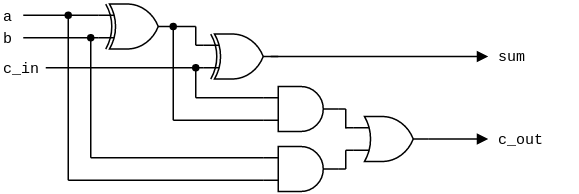
The draw.io diagram labs/04-adder/images/full-adder_structure1.png in tomas-fryza/vhdl-course, before a commit. Source tidied: cells renumbered, new cells last; positions are measured from the earlier drawing's top-left corner, leaving out a move shared by most shapes.
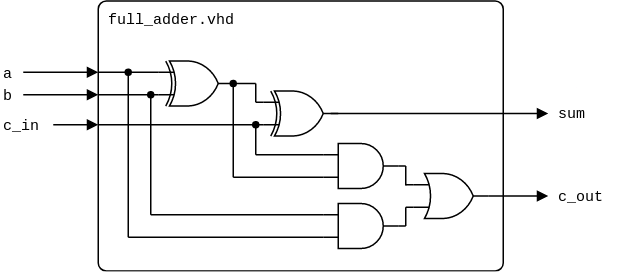
The same diagram one commit later.

The edit, as a diff of the source:
```diff
@@ -2,167 +2,188 @@
   <root>
     <mxCell id="0" />
     <mxCell id="1" parent="0" />
-    <mxCell id="2" style="verticalLabelPosition=bottom;shadow=0;dashed=0;align=center;html=1;verticalAlign=top;shape=mxgraph.electrical.logic_gates.logic_gate;operation=xor;" parent="1" vertex="1">
-      <mxGeometry x="65" y="2" width="50" height="30" as="geometry" />
+    <mxCell id="2" value="full_adder.vhd" style="rounded=1;arcSize=3;whiteSpace=wrap;html=1;align=left;verticalAlign=top;fontFamily=Courier New;absoluteArcSize=0;fillColor=none;fontSize=10;spacingLeft=5;imageHeight=24;" parent="1" vertex="1">
+      <mxGeometry x="25" y="-38" width="270" height="180" as="geometry" />
     </mxCell>
-    <mxCell id="3" style="verticalLabelPosition=bottom;shadow=0;dashed=0;align=center;html=1;verticalAlign=top;shape=mxgraph.electrical.logic_gates.logic_gate;operation=and;" parent="1" vertex="1">
-      <mxGeometry x="175" y="57" width="50" height="30" as="geometry" />
+    <mxCell id="3" style="verticalLabelPosition=bottom;shadow=0;dashed=0;align=center;html=1;verticalAlign=top;shape=mxgraph.electrical.logic_gates.logic_gate;operation=xor;" parent="1" vertex="1">
+      <mxGeometry x="65" y="2" width="50" height="30" as="geometry" />
     </mxCell>
-    <mxCell id="4" style="verticalLabelPosition=bottom;shadow=0;dashed=0;align=center;html=1;verticalAlign=top;shape=mxgraph.electrical.logic_gates.logic_gate;operation=or;" parent="1" vertex="1">
-      <mxGeometry x="235" y="77" width="50" height="30" as="geometry" />
+    <mxCell id="4" style="verticalLabelPosition=bottom;shadow=0;dashed=0;align=center;html=1;verticalAlign=top;shape=mxgraph.electrical.logic_gates.logic_gate;operation=and;" parent="1" vertex="1">
+      <mxGeometry x="175" y="57" width="50" height="30" as="geometry" />
     </mxCell>
-    <mxCell id="5" style="verticalLabelPosition=bottom;shadow=0;dashed=0;align=center;html=1;verticalAlign=top;shape=mxgraph.electrical.logic_gates.logic_gate;operation=xor;" parent="1" vertex="1">
-      <mxGeometry x="135" y="22" width="50" height="30" as="geometry" />
+    <mxCell id="5" style="verticalLabelPosition=bottom;shadow=0;dashed=0;align=center;html=1;verticalAlign=top;shape=mxgraph.electrical.logic_gates.logic_gate;operation=or;" parent="1" vertex="1">
+      <mxGeometry x="235" y="77" width="50" height="30" as="geometry" />
     </mxCell>
-    <mxCell id="6" style="endArrow=none;html=1;rounded=0;endFill=0;endSize=5;startSize=5;" parent="1" edge="1">
-      <mxGeometry relative="1" as="geometry">
-        <mxPoint x="15" y="9.5" as="sourcePoint" />
-        <mxPoint x="65" y="9.5" as="targetPoint" />
-      </mxGeometry>
+    <mxCell id="6" style="verticalLabelPosition=bottom;shadow=0;dashed=0;align=center;html=1;verticalAlign=top;shape=mxgraph.electrical.logic_gates.logic_gate;operation=xor;" parent="1" vertex="1">
+      <mxGeometry x="135" y="22" width="50" height="30" as="geometry" />
     </mxCell>
     <mxCell id="7" style="endArrow=none;html=1;rounded=0;endFill=0;endSize=5;startSize=5;" parent="1" edge="1">
       <mxGeometry relative="1" as="geometry">
-        <mxPoint x="15" y="24.5" as="sourcePoint" />
-        <mxPoint x="65" y="24.5" as="targetPoint" />
+        <mxPoint x="25" y="9.5" as="sourcePoint" />
+        <mxPoint x="65" y="9.5" as="targetPoint" />
       </mxGeometry>
     </mxCell>
     <mxCell id="8" style="endArrow=none;html=1;rounded=0;endFill=0;endSize=5;startSize=5;" parent="1" edge="1">
       <mxGeometry relative="1" as="geometry">
-        <mxPoint x="30" y="44.5" as="sourcePoint" />
-        <mxPoint x="135" y="44.5" as="targetPoint" />
+        <mxPoint x="25" y="24.5" as="sourcePoint" />
+        <mxPoint x="65" y="24.5" as="targetPoint" />
       </mxGeometry>
     </mxCell>
     <mxCell id="9" style="endArrow=none;html=1;rounded=0;endFill=0;endSize=5;startSize=5;" parent="1" edge="1">
       <mxGeometry relative="1" as="geometry">
-        <mxPoint x="130" y="17" as="sourcePoint" />
-        <mxPoint x="130" y="29.5" as="targetPoint" />
+        <mxPoint x="25" y="44.5" as="sourcePoint" />
+        <mxPoint x="135" y="44.5" as="targetPoint" />
       </mxGeometry>
     </mxCell>
     <mxCell id="10" style="endArrow=none;html=1;rounded=0;endFill=0;endSize=5;startSize=5;" parent="1" edge="1">
       <mxGeometry relative="1" as="geometry">
-        <mxPoint x="115" y="17" as="sourcePoint" />
-        <mxPoint x="130" y="17" as="targetPoint" />
+        <mxPoint x="130" y="17" as="sourcePoint" />
+        <mxPoint x="130" y="29.5" as="targetPoint" />
       </mxGeometry>
     </mxCell>
-    <mxCell id="11" value="a" style="text;html=1;align=left;verticalAlign=middle;whiteSpace=wrap;rounded=0;fontFamily=Courier New;fontSize=10;fillOpacity=100;spacing=2;spacingLeft=0;" parent="1" vertex="1">
-      <mxGeometry y="-0.5" width="30" height="20" as="geometry" />
+    <mxCell id="11" style="endArrow=none;html=1;rounded=0;endFill=0;endSize=5;startSize=5;" parent="1" edge="1">
+      <mxGeometry relative="1" as="geometry">
+        <mxPoint x="115" y="17" as="sourcePoint" />
+        <mxPoint x="130" y="17" as="targetPoint" />
+      </mxGeometry>
     </mxCell>
-    <mxCell id="12" value="b" style="text;html=1;align=left;verticalAlign=middle;whiteSpace=wrap;rounded=0;fontFamily=Courier New;fontSize=10;fillOpacity=100;spacing=2;spacingLeft=0;" parent="1" vertex="1">
-      <mxGeometry y="14.5" width="30" height="20" as="geometry" />
+    <mxCell id="12" value="a" style="text;html=1;align=left;verticalAlign=middle;whiteSpace=wrap;rounded=0;fontFamily=Courier New;fontSize=10;fillOpacity=100;spacing=2;spacingLeft=0;" parent="1" vertex="1">
+      <mxGeometry x="-40" y="-0.5" width="30" height="20" as="geometry" />
     </mxCell>
-    <mxCell id="13" value="c_in" style="text;html=1;align=left;verticalAlign=middle;whiteSpace=wrap;rounded=0;fontFamily=Courier New;fontSize=10;fillOpacity=100;spacing=2;spacingLeft=0;" parent="1" vertex="1">
-      <mxGeometry y="34.5" width="30" height="20" as="geometry" />
+    <mxCell id="13" value="b" style="text;html=1;align=left;verticalAlign=middle;whiteSpace=wrap;rounded=0;fontFamily=Courier New;fontSize=10;fillOpacity=100;spacing=2;spacingLeft=0;" parent="1" vertex="1">
+      <mxGeometry x="-40" y="14.5" width="30" height="20" as="geometry" />
     </mxCell>
-    <mxCell id="14" style="endArrow=none;html=1;rounded=0;startArrow=oval;startFill=1;endSize=4;startSize=4;" parent="1" edge="1">
-      <mxGeometry relative="1" as="geometry">
-        <mxPoint x="130" y="44.5" as="sourcePoint" />
-        <mxPoint x="130" y="64.5" as="targetPoint" />
-      </mxGeometry>
+    <mxCell id="14" value="c_in" style="text;html=1;align=left;verticalAlign=middle;whiteSpace=wrap;rounded=0;fontFamily=Courier New;fontSize=10;fillOpacity=100;spacing=2;spacingLeft=0;" parent="1" vertex="1">
+      <mxGeometry x="-40" y="34.5" width="30" height="20" as="geometry" />
     </mxCell>
     <mxCell id="15" style="endArrow=none;html=1;rounded=0;startArrow=oval;startFill=1;endSize=4;startSize=4;" parent="1" edge="1">
       <mxGeometry relative="1" as="geometry">
-        <mxPoint x="115" y="17" as="sourcePoint" />
-        <mxPoint x="115" y="79.5" as="targetPoint" />
+        <mxPoint x="130" y="44.5" as="sourcePoint" />
+        <mxPoint x="130" y="64.5" as="targetPoint" />
       </mxGeometry>
     </mxCell>
     <mxCell id="16" style="endArrow=none;html=1;rounded=0;startArrow=oval;startFill=1;endSize=4;startSize=4;" parent="1" edge="1">
       <mxGeometry relative="1" as="geometry">
-        <mxPoint x="60" y="24.5" as="sourcePoint" />
-        <mxPoint x="60" y="104.5" as="targetPoint" />
+        <mxPoint x="115" y="17" as="sourcePoint" />
+        <mxPoint x="115" y="79.5" as="targetPoint" />
       </mxGeometry>
     </mxCell>
     <mxCell id="17" style="endArrow=none;html=1;rounded=0;startArrow=oval;startFill=1;endSize=4;startSize=4;" parent="1" edge="1">
       <mxGeometry relative="1" as="geometry">
-        <mxPoint x="45" y="9.5" as="sourcePoint" />
-        <mxPoint x="45" y="119.5" as="targetPoint" />
+        <mxPoint x="60" y="24.5" as="sourcePoint" />
+        <mxPoint x="60" y="104.5" as="targetPoint" />
       </mxGeometry>
     </mxCell>
-    <mxCell id="18" style="endArrow=none;html=1;rounded=0;endFill=0;endSize=5;startSize=5;" parent="1" edge="1">
+    <mxCell id="18" style="endArrow=none;html=1;rounded=0;startArrow=oval;startFill=1;endSize=4;startSize=4;" parent="1" edge="1">
       <mxGeometry relative="1" as="geometry">
-        <mxPoint x="130" y="64.5" as="sourcePoint" />
-        <mxPoint x="175" y="64.5" as="targetPoint" />
+        <mxPoint x="45" y="9.5" as="sourcePoint" />
+        <mxPoint x="45" y="119.5" as="targetPoint" />
       </mxGeometry>
     </mxCell>
     <mxCell id="19" style="endArrow=none;html=1;rounded=0;endFill=0;endSize=5;startSize=5;" parent="1" edge="1">
       <mxGeometry relative="1" as="geometry">
-        <mxPoint x="115" y="79.5" as="sourcePoint" />
-        <mxPoint x="175" y="79.5" as="targetPoint" />
+        <mxPoint x="130" y="64.5" as="sourcePoint" />
+        <mxPoint x="175" y="64.5" as="targetPoint" />
       </mxGeometry>
     </mxCell>
     <mxCell id="20" style="endArrow=none;html=1;rounded=0;endFill=0;endSize=5;startSize=5;" parent="1" edge="1">
       <mxGeometry relative="1" as="geometry">
-        <mxPoint x="130" y="29.5" as="sourcePoint" />
-        <mxPoint x="135" y="29.5" as="targetPoint" />
+        <mxPoint x="115" y="79.5" as="sourcePoint" />
+        <mxPoint x="175" y="79.5" as="targetPoint" />
       </mxGeometry>
     </mxCell>
-    <mxCell id="21" style="verticalLabelPosition=bottom;shadow=0;dashed=0;align=center;html=1;verticalAlign=top;shape=mxgraph.electrical.logic_gates.logic_gate;operation=and;" parent="1" vertex="1">
-      <mxGeometry x="175" y="97" width="50" height="30" as="geometry" />
+    <mxCell id="21" style="endArrow=none;html=1;rounded=0;endFill=0;endSize=5;startSize=5;" parent="1" edge="1">
+      <mxGeometry relative="1" as="geometry">
+        <mxPoint x="130" y="29.5" as="sourcePoint" />
+        <mxPoint x="135" y="29.5" as="targetPoint" />
+      </mxGeometry>
     </mxCell>
-    <mxCell id="22" style="endArrow=none;html=1;rounded=0;endFill=0;endSize=5;startSize=5;" parent="1" edge="1">
-      <mxGeometry relative="1" as="geometry">
-        <mxPoint x="60" y="104.5" as="sourcePoint" />
-        <mxPoint x="175" y="104.5" as="targetPoint" />
-      </mxGeometry>
+    <mxCell id="22" style="verticalLabelPosition=bottom;shadow=0;dashed=0;align=center;html=1;verticalAlign=top;shape=mxgraph.electrical.logic_gates.logic_gate;operation=and;" parent="1" vertex="1">
+      <mxGeometry x="175" y="97" width="50" height="30" as="geometry" />
     </mxCell>
     <mxCell id="23" style="endArrow=none;html=1;rounded=0;endFill=0;endSize=5;startSize=5;" parent="1" edge="1">
       <mxGeometry relative="1" as="geometry">
-        <mxPoint x="45" y="119.5" as="sourcePoint" />
-        <mxPoint x="175" y="119.5" as="targetPoint" />
+        <mxPoint x="60" y="104.5" as="sourcePoint" />
+        <mxPoint x="175" y="104.5" as="targetPoint" />
       </mxGeometry>
     </mxCell>
     <mxCell id="24" style="endArrow=none;html=1;rounded=0;endFill=0;endSize=5;startSize=5;" parent="1" edge="1">
       <mxGeometry relative="1" as="geometry">
-        <mxPoint x="225" y="72" as="sourcePoint" />
-        <mxPoint x="230" y="72" as="targetPoint" />
+        <mxPoint x="45" y="119.5" as="sourcePoint" />
+        <mxPoint x="175" y="119.5" as="targetPoint" />
       </mxGeometry>
     </mxCell>
     <mxCell id="25" style="endArrow=none;html=1;rounded=0;endFill=0;endSize=5;startSize=5;" parent="1" edge="1">
       <mxGeometry relative="1" as="geometry">
-        <mxPoint x="230" y="84.5" as="sourcePoint" />
-        <mxPoint x="235" y="84.5" as="targetPoint" />
+        <mxPoint x="225" y="72" as="sourcePoint" />
+        <mxPoint x="230" y="72" as="targetPoint" />
       </mxGeometry>
     </mxCell>
     <mxCell id="26" style="endArrow=none;html=1;rounded=0;endFill=0;endSize=5;startSize=5;" parent="1" edge="1">
       <mxGeometry relative="1" as="geometry">
-        <mxPoint x="230" y="72" as="sourcePoint" />
-        <mxPoint x="230" y="85" as="targetPoint" />
+        <mxPoint x="230" y="84.5" as="sourcePoint" />
+        <mxPoint x="235" y="84.5" as="targetPoint" />
       </mxGeometry>
     </mxCell>
     <mxCell id="27" style="endArrow=none;html=1;rounded=0;endFill=0;endSize=5;startSize=5;" parent="1" edge="1">
       <mxGeometry relative="1" as="geometry">
-        <mxPoint x="225" y="112" as="sourcePoint" />
-        <mxPoint x="230" y="112" as="targetPoint" />
+        <mxPoint x="230" y="72" as="sourcePoint" />
+        <mxPoint x="230" y="85" as="targetPoint" />
       </mxGeometry>
     </mxCell>
     <mxCell id="28" style="endArrow=none;html=1;rounded=0;endFill=0;endSize=5;startSize=5;" parent="1" edge="1">
       <mxGeometry relative="1" as="geometry">
-        <mxPoint x="230" y="99.5" as="sourcePoint" />
+        <mxPoint x="225" y="112" as="sourcePoint" />
         <mxPoint x="230" y="112" as="targetPoint" />
       </mxGeometry>
     </mxCell>
     <mxCell id="29" style="endArrow=none;html=1;rounded=0;endFill=0;endSize=5;startSize=5;" parent="1" edge="1">
       <mxGeometry relative="1" as="geometry">
         <mxPoint x="230" y="99.5" as="sourcePoint" />
-        <mxPoint x="235" y="99.5" as="targetPoint" />
+        <mxPoint x="230" y="112" as="targetPoint" />
       </mxGeometry>
     </mxCell>
-    <mxCell id="30" style="endArrow=block;html=1;rounded=0;endFill=1;endSize=5;startSize=5;" parent="1" edge="1">
+    <mxCell id="30" style="endArrow=none;html=1;rounded=0;endFill=0;endSize=5;startSize=5;" parent="1" edge="1">
       <mxGeometry relative="1" as="geometry">
-        <mxPoint x="180" y="37" as="sourcePoint" />
-        <mxPoint x="325" y="37" as="targetPoint" />
+        <mxPoint x="230" y="99.5" as="sourcePoint" />
+        <mxPoint x="235" y="99.5" as="targetPoint" />
       </mxGeometry>
     </mxCell>
-    <mxCell id="31" style="endArrow=block;html=1;rounded=0;endFill=1;orthogonal=1;endSize=5;startSize=5;" parent="1" edge="1">
+    <mxCell id="31" style="endArrow=block;html=1;rounded=0;endFill=1;endSize=5;startSize=5;" parent="1" edge="1">
       <mxGeometry relative="1" as="geometry">
-        <mxPoint x="285" y="92" as="sourcePoint" />
-        <mxPoint x="325" y="92" as="targetPoint" />
+        <mxPoint x="180" y="37" as="sourcePoint" />
+        <mxPoint x="325" y="37" as="targetPoint" />
       </mxGeometry>
     </mxCell>
-    <mxCell id="32" value="c_out" style="text;html=1;align=left;verticalAlign=middle;whiteSpace=wrap;rounded=0;fontFamily=Courier New;fontSize=10;fillOpacity=100;spacing=2;spacingLeft=5;" parent="1" vertex="1">
-      <mxGeometry x="325" y="82" width="60.6" height="20" as="geometry" />
+    <mxCell id="32" style="endArrow=block;html=1;rounded=0;endFill=1;orthogonal=1;endSize=5;startSize=5;" parent="1" edge="1">
+      <mxGeometry relative="1" as="geometry">
+        <mxPoint x="285" y="92" as="sourcePoint" />
+        <mxPoint x="325" y="92" as="targetPoint" />
+      </mxGeometry>
     </mxCell>
-    <mxCell id="33" value="sum" style="text;html=1;align=left;verticalAlign=middle;whiteSpace=wrap;rounded=0;fontFamily=Courier New;fontSize=10;fillOpacity=100;spacing=2;spacingLeft=5;" parent="1" vertex="1">
-      <mxGeometry x="325" y="27" width="60.6" height="20" as="geometry" />
+    <mxCell id="33" value="c_out" style="text;html=1;align=left;verticalAlign=middle;whiteSpace=wrap;rounded=0;fontFamily=Courier New;fontSize=10;fillOpacity=100;spacing=2;spacingLeft=5;" parent="1" vertex="1">
+      <mxGeometry x="325" y="82" width="60.6" height="20" as="geometry" />
     </mxCell>
+    <mxCell id="34" value="sum" style="text;html=1;align=left;verticalAlign=middle;whiteSpace=wrap;rounded=0;fontFamily=Courier New;fontSize=10;fillOpacity=100;spacing=2;spacingLeft=5;" parent="1" vertex="1">
+      <mxGeometry x="325" y="27" width="60.6" height="20" as="geometry" />
+    </mxCell>
+    <mxCell id="35" style="endArrow=block;html=1;rounded=0;endFill=1;endSize=5;startSize=5;" parent="1" edge="1">
+      <mxGeometry relative="1" as="geometry">
+        <mxPoint x="-5" y="44.5" as="sourcePoint" />
+        <mxPoint x="25" y="44.5" as="targetPoint" />
+      </mxGeometry>
+    </mxCell>
+    <mxCell id="36" style="endArrow=block;html=1;rounded=0;endFill=1;endSize=5;startSize=5;" parent="1" edge="1">
+      <mxGeometry relative="1" as="geometry">
+        <mxPoint x="-25" y="24.5" as="sourcePoint" />
+        <mxPoint x="25" y="24.5" as="targetPoint" />
+      </mxGeometry>
+    </mxCell>
+    <mxCell id="37" style="endArrow=block;html=1;rounded=0;endFill=1;endSize=5;startSize=5;" parent="1" edge="1">
+      <mxGeometry relative="1" as="geometry">
+        <mxPoint x="-25" y="9.5" as="sourcePoint" />
+        <mxPoint x="25" y="9.5" as="targetPoint" />
+      </mxGeometry>
+    </mxCell>
   </root>
 </mxGraphModel>
```
